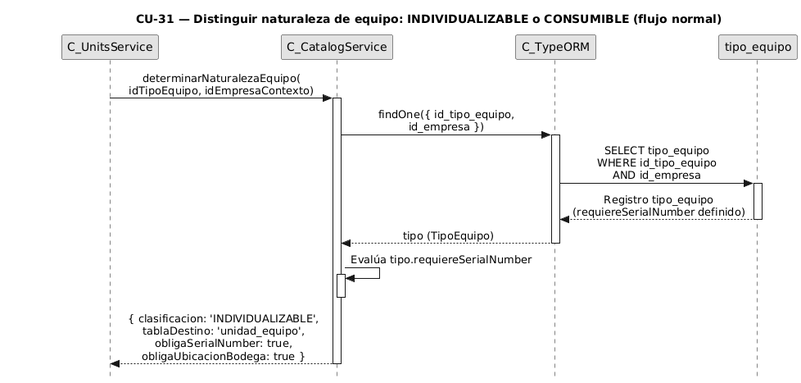
FSM-Finet-y-Cable-Magico/Team_1-Inventario-y-Bodega keeps this PlantUML diagram as diagramas-secuencia/CU31/CU31-normal.png. Above is the earlier version.
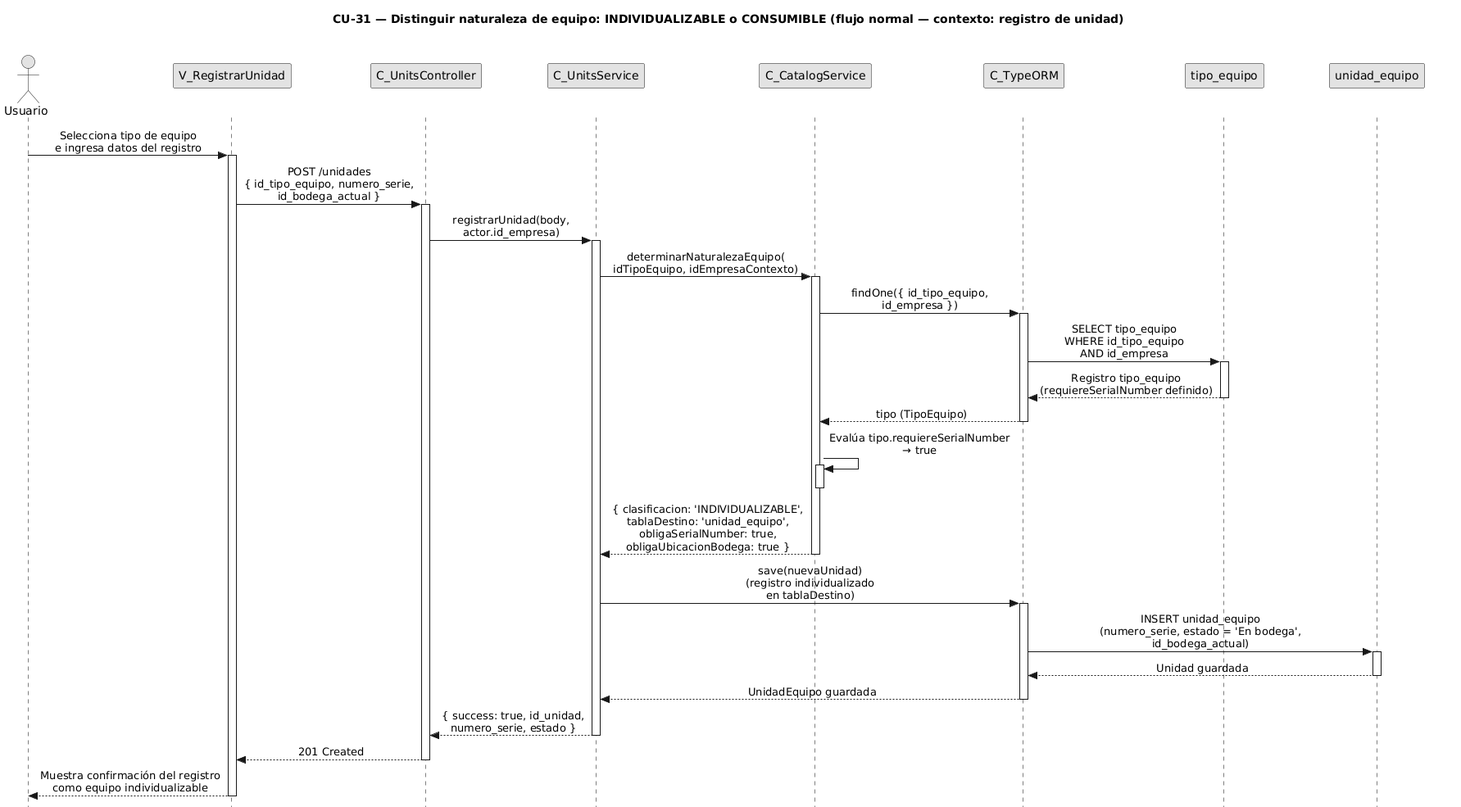
Above is the later version.

Diff of the diagram source:
```diff
@@ -1,22 +1,43 @@
 @startuml CU31-normal
-title CU-31 — Distinguir naturaleza de equipo: INDIVIDUALIZABLE o CONSUMIBLE (flujo normal)
+title CU-31 — Distinguir naturaleza de equipo: INDIVIDUALIZABLE o CONSUMIBLE (flujo normal — contexto: registro de unidad)
 
 skinparam style strictuml
 skinparam monochrome true
 skinparam shadowing false
 skinparam sequenceMessageAlign center
-skinparam ParticipantPadding 70
-skinparam ActorPadding 30
+<style>
+sequenceDiagram {
+  participant {
+    Margin 35
+  }
+  actor {
+    Margin 15
+  }
+}
+</style>
 skinparam sequence {
   MessageAlign center
   LifeLineBorderColor black
 }
 hide footbox
 
+actor "Usuario" as user
+participant "V_RegistrarUnidad" as view
+participant "C_UnitsController" as ctrl
 participant "C_UnitsService" as units
 participant "C_CatalogService" as catalog
 participant "C_TypeORM" as orm
 participant "tipo_equipo" as tent
+participant "unidad_equipo" as uent
+
+user -> view : Selecciona tipo de equipo\ne ingresa datos del registro
+activate view
+
+view -> ctrl : POST /unidades\n{ id_tipo_equipo, numero_serie,\nid_bodega_actual }
+activate ctrl
+
+ctrl -> units : registrarUnidad(body,\nactor.id_empresa)
+activate units
 
 units -> catalog : determinarNaturalezaEquipo(\nidTipoEquipo, idEmpresaContexto)
 activate catalog
@@ -32,11 +53,31 @@
 orm --> catalog : tipo (TipoEquipo)
 deactivate orm
 
-catalog -> catalog : Evalúa tipo.requiereSerialNumber
+catalog -> catalog : Evalúa tipo.requiereSerialNumber\n→ true
 activate catalog
 deactivate catalog
 
 catalog --> units : { clasificacion: 'INDIVIDUALIZABLE',\ntablaDestino: 'unidad_equipo',\nobligaSerialNumber: true,\nobligaUbicacionBodega: true }
 deactivate catalog
 
+units -> orm : save(nuevaUnidad)\n(registro individualizado\nen tablaDestino)
+activate orm
+
+orm -> uent : INSERT unidad_equipo\n(numero_serie, estado = 'En bodega',\nid_bodega_actual)
+activate uent
+uent --> orm : Unidad guardada
+deactivate uent
+
+orm --> units : UnidadEquipo guardada
+deactivate orm
+
+units --> ctrl : { success: true, id_unidad,\nnumero_serie, estado }
+deactivate units
+
+ctrl --> view : 201 Created
+deactivate ctrl
+
+view --> user : Muestra confirmación del registro\ncomo equipo individualizable
+deactivate view
+
 @enduml
```
